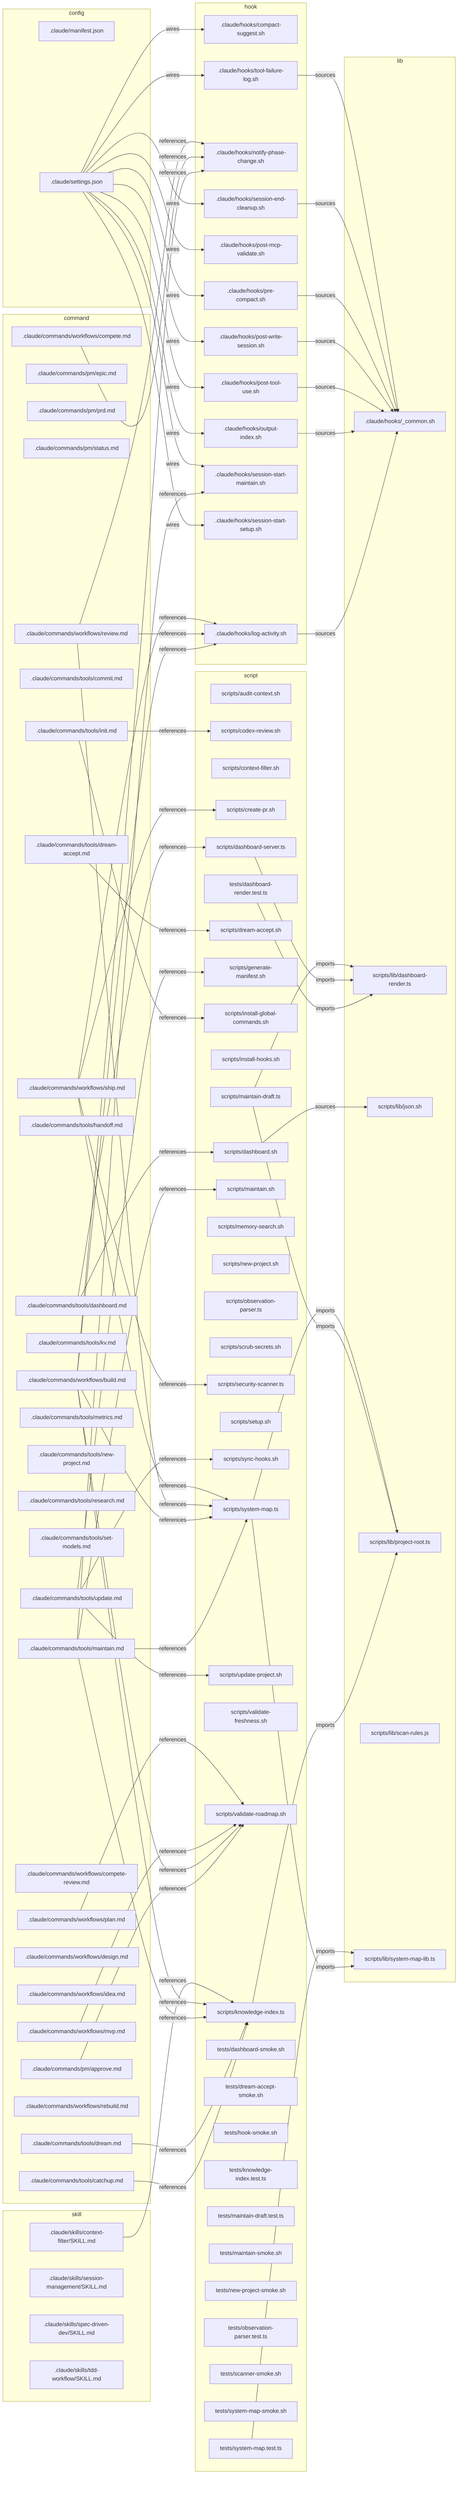
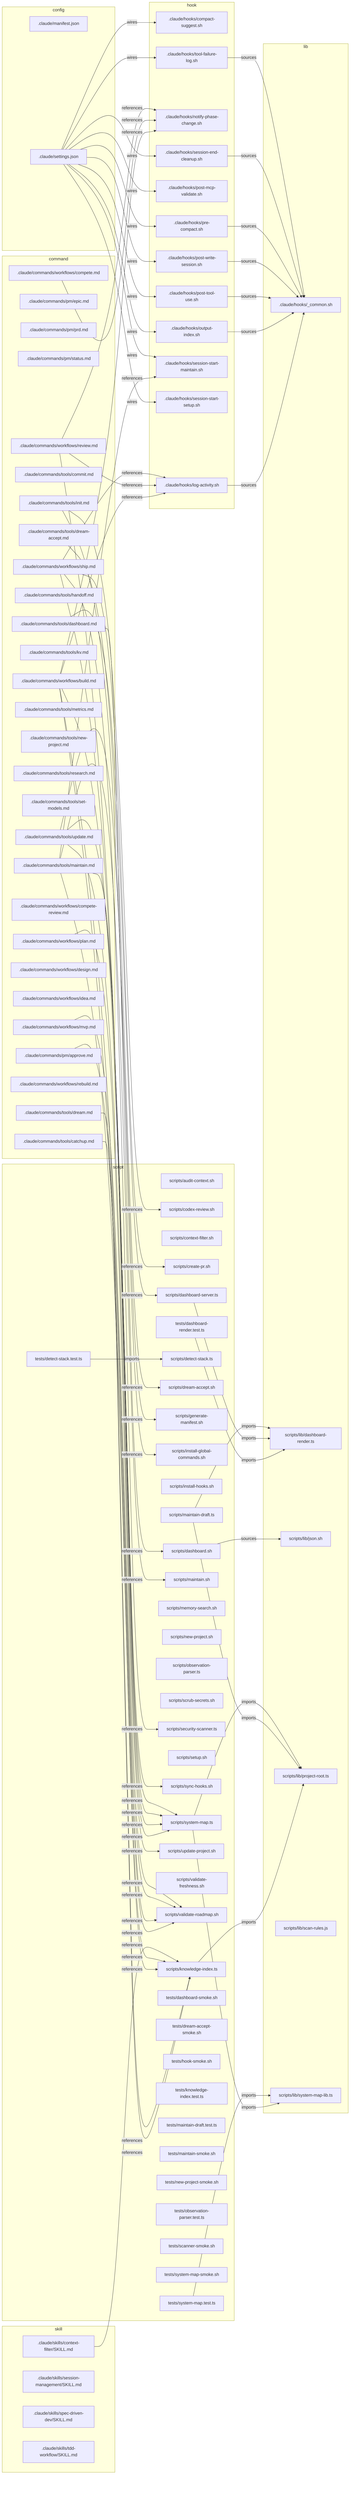
flowchart LR
  subgraph command
    c_pm_approve[".claude/commands/pm/approve.md"]
    c_pm_epic[".claude/commands/pm/epic.md"]
    c_pm_prd[".claude/commands/pm/prd.md"]
    c_pm_status[".claude/commands/pm/status.md"]
    c_tools_catchup[".claude/commands/tools/catchup.md"]
    c_tools_commit[".claude/commands/tools/commit.md"]
    c_tools_dashboard[".claude/commands/tools/dashboard.md"]
    c_tools_dream_accept[".claude/commands/tools/dream-accept.md"]
    c_tools_dream[".claude/commands/tools/dream.md"]
    c_tools_handoff[".claude/commands/tools/handoff.md"]
    c_tools_init[".claude/commands/tools/init.md"]
    c_tools_kv[".claude/commands/tools/kv.md"]
    c_tools_maintain[".claude/commands/tools/maintain.md"]
    c_tools_metrics[".claude/commands/tools/metrics.md"]
    c_tools_new_project[".claude/commands/tools/new-project.md"]
    c_tools_research[".claude/commands/tools/research.md"]
    c_tools_set_models[".claude/commands/tools/set-models.md"]
    c_tools_update[".claude/commands/tools/update.md"]
    c_workflows_build[".claude/commands/workflows/build.md"]
    c_workflows_compete_review[".claude/commands/workflows/compete-review.md"]
    c_workflows_compete[".claude/commands/workflows/compete.md"]
    c_workflows_design[".claude/commands/workflows/design.md"]
    c_workflows_idea[".claude/commands/workflows/idea.md"]
    c_workflows_mvp[".claude/commands/workflows/mvp.md"]
    c_workflows_plan[".claude/commands/workflows/plan.md"]
    c_workflows_rebuild[".claude/commands/workflows/rebuild.md"]
    c_workflows_review[".claude/commands/workflows/review.md"]
    c_workflows_ship[".claude/commands/workflows/ship.md"]
  end
  subgraph config
    cfg_manifest[".claude/manifest.json"]
    cfg_settings[".claude/settings.json"]
  end
  subgraph hook
    h_compact_suggest[".claude/hooks/compact-suggest.sh"]
    h_log_activity[".claude/hooks/log-activity.sh"]
    h_notify_phase_change[".claude/hooks/notify-phase-change.sh"]
    h_output_index[".claude/hooks/output-index.sh"]
    h_post_mcp_validate[".claude/hooks/post-mcp-validate.sh"]
    h_post_tool_use[".claude/hooks/post-tool-use.sh"]
    h_post_write_session[".claude/hooks/post-write-session.sh"]
    h_pre_compact[".claude/hooks/pre-compact.sh"]
    h_session_end_cleanup[".claude/hooks/session-end-cleanup.sh"]
    h_session_start_maintain[".claude/hooks/session-start-maintain.sh"]
    h_session_start_setup[".claude/hooks/session-start-setup.sh"]
    h_tool_failure_log[".claude/hooks/tool-failure-log.sh"]
  end
  subgraph lib
    l_common[".claude/hooks/_common.sh"]
    l_dashboard_render["scripts/lib/dashboard-render.ts"]
    l_json["scripts/lib/json.sh"]
    l_project_root["scripts/lib/project-root.ts"]
    l_scan_rules["scripts/lib/scan-rules.js"]
    l_system_map_lib["scripts/lib/system-map-lib.ts"]
  end
  subgraph script
    s_audit_context["scripts/audit-context.sh"]
    s_codex_review["scripts/codex-review.sh"]
    s_context_filter["scripts/context-filter.sh"]
    s_create_pr["scripts/create-pr.sh"]
    s_dashboard_server["scripts/dashboard-server.ts"]
    s_dashboard["scripts/dashboard.sh"]
+     s_detect_stack["scripts/detect-stack.ts"]
    s_dream_accept["scripts/dream-accept.sh"]
    s_generate_manifest["scripts/generate-manifest.sh"]
    s_install_global_commands["scripts/install-global-commands.sh"]
    s_install_hooks["scripts/install-hooks.sh"]
    s_knowledge_index["scripts/knowledge-index.ts"]
    s_maintain_draft["scripts/maintain-draft.ts"]
    s_maintain["scripts/maintain.sh"]
    s_memory_search["scripts/memory-search.sh"]
    s_new_project["scripts/new-project.sh"]
    s_observation_parser["scripts/observation-parser.ts"]
    s_scrub_secrets["scripts/scrub-secrets.sh"]
    s_security_scanner["scripts/security-scanner.ts"]
    s_setup["scripts/setup.sh"]
    s_sync_hooks["scripts/sync-hooks.sh"]
    s_system_map["scripts/system-map.ts"]
    s_update_project["scripts/update-project.sh"]
    s_validate_freshness["scripts/validate-freshness.sh"]
    s_validate_roadmap["scripts/validate-roadmap.sh"]
    s_dashboard_render_test["tests/dashboard-render.test.ts"]
    s_dashboard_smoke["tests/dashboard-smoke.sh"]
+     s_detect_stack_test["tests/detect-stack.test.ts"]
    s_dream_accept_smoke["tests/dream-accept-smoke.sh"]
    s_hook_smoke["tests/hook-smoke.sh"]
    s_knowledge_index_test["tests/knowledge-index.test.ts"]
    s_maintain_draft_test["tests/maintain-draft.test.ts"]
    s_maintain_smoke["tests/maintain-smoke.sh"]
    s_new_project_smoke["tests/new-project-smoke.sh"]
    s_observation_parser_test["tests/observation-parser.test.ts"]
    s_scanner_smoke["tests/scanner-smoke.sh"]
    s_system_map_smoke["tests/system-map-smoke.sh"]
    s_system_map_test["tests/system-map.test.ts"]
  end
  subgraph skill
    sk_context_filter_skill[".claude/skills/context-filter/SKILL.md"]
    sk_session_management_skill[".claude/skills/session-management/SKILL.md"]
    sk_spec_driven_dev_skill[".claude/skills/spec-driven-dev/SKILL.md"]
    sk_tdd_workflow_skill[".claude/skills/tdd-workflow/SKILL.md"]
  end
  c_pm_approve -->|references| s_validate_roadmap
  c_tools_catchup -->|references| s_knowledge_index
  c_tools_dashboard -->|references| s_dashboard
  c_tools_dashboard -->|references| s_dashboard_server
  c_tools_dream -->|references| s_knowledge_index
  c_tools_dream_accept -->|references| s_dream_accept
  c_tools_init -->|references| s_codex_review
  c_tools_init -->|references| s_install_global_commands
  c_tools_maintain -->|references| h_session_start_maintain
  c_tools_maintain -->|references| s_knowledge_index
  c_tools_maintain -->|references| s_maintain
  c_tools_maintain -->|references| s_system_map
  c_tools_update -->|references| s_generate_manifest
  c_tools_update -->|references| s_sync_hooks
  c_tools_update -->|references| s_update_project
  c_workflows_build -->|references| h_log_activity
  c_workflows_build -->|references| h_notify_phase_change
  c_workflows_build -->|references| s_knowledge_index
  c_workflows_build -->|references| s_system_map
  c_workflows_build -->|references| s_validate_roadmap
  c_workflows_compete -->|references| h_notify_phase_change
  c_workflows_mvp -->|references| s_validate_roadmap
  c_workflows_plan -->|references| s_validate_roadmap
  c_workflows_review -->|references| h_log_activity
  c_workflows_review -->|references| h_notify_phase_change
  c_workflows_review -->|references| s_system_map
  c_workflows_ship -->|references| h_log_activity
  c_workflows_ship -->|references| s_create_pr
  c_workflows_ship -->|references| s_security_scanner
  c_workflows_ship -->|references| s_system_map
  cfg_settings -->|wires| h_compact_suggest
  cfg_settings -->|wires| h_output_index
  cfg_settings -->|wires| h_post_mcp_validate
  cfg_settings -->|wires| h_post_tool_use
  cfg_settings -->|wires| h_post_write_session
  cfg_settings -->|wires| h_pre_compact
  cfg_settings -->|wires| h_session_end_cleanup
  cfg_settings -->|wires| h_session_start_maintain
  cfg_settings -->|wires| h_session_start_setup
  cfg_settings -->|wires| h_tool_failure_log
  h_log_activity -->|sources| l_common
  h_output_index -->|sources| l_common
  h_post_tool_use -->|sources| l_common
  h_post_write_session -->|sources| l_common
  h_pre_compact -->|sources| l_common
  h_session_end_cleanup -->|sources| l_common
  h_tool_failure_log -->|sources| l_common
  s_dashboard -->|sources| l_json
  s_dashboard_render_test -->|imports| l_dashboard_render
  s_dashboard_server -->|imports| l_dashboard_render
+   s_detect_stack_test -->|imports| s_detect_stack
  s_knowledge_index -->|imports| l_project_root
  s_maintain_draft -->|imports| l_dashboard_render
  s_maintain_draft -->|imports| l_project_root
  s_system_map -->|imports| l_project_root
  s_system_map -->|imports| l_system_map_lib
  s_system_map_test -->|imports| l_system_map_lib
  sk_context_filter_skill -->|references| s_knowledge_index
